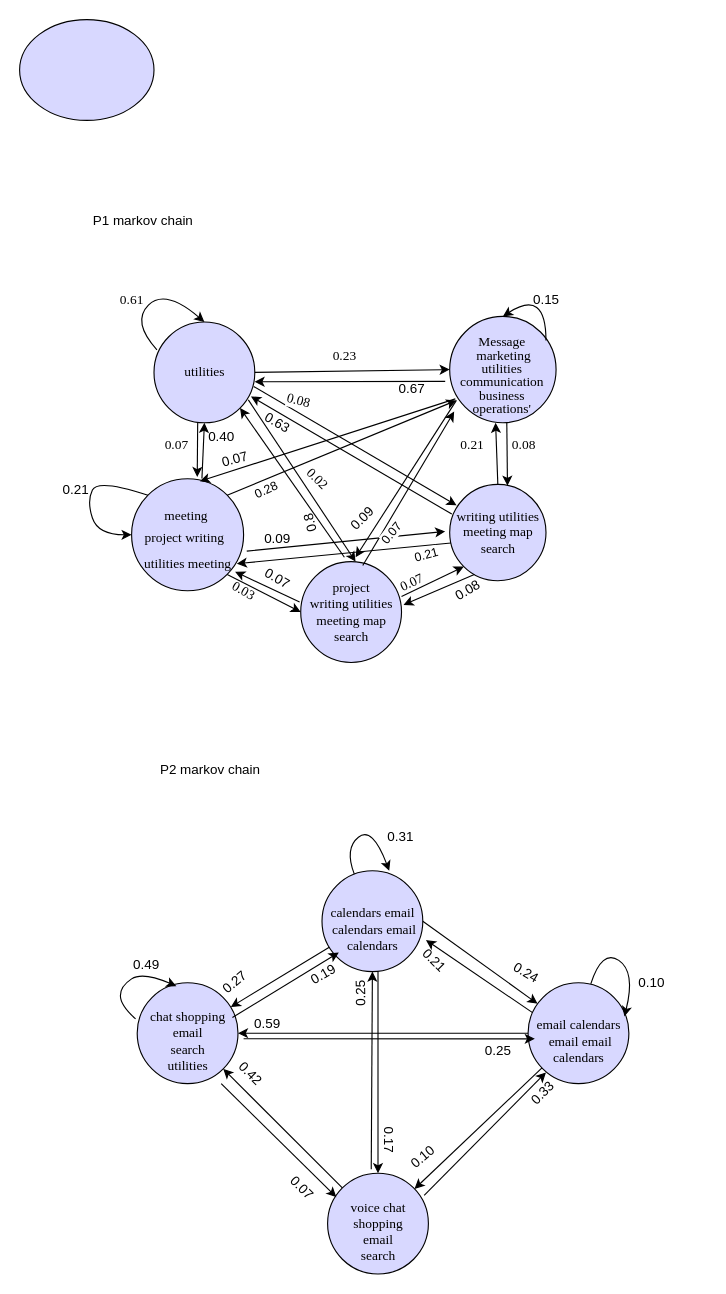
This is Untitled Diagram.drawio from oluwande/zmPDSwR, a draw.io file, before an edit. Source tidied: cells renumbered, new cells numbered last; positions are measured from the earlier drawing's top-left corner, leaving out a move shared by most shapes. Both pictures are drawn from the tidied source at 112%, with x=0, y=0 at pixel (19, 19).
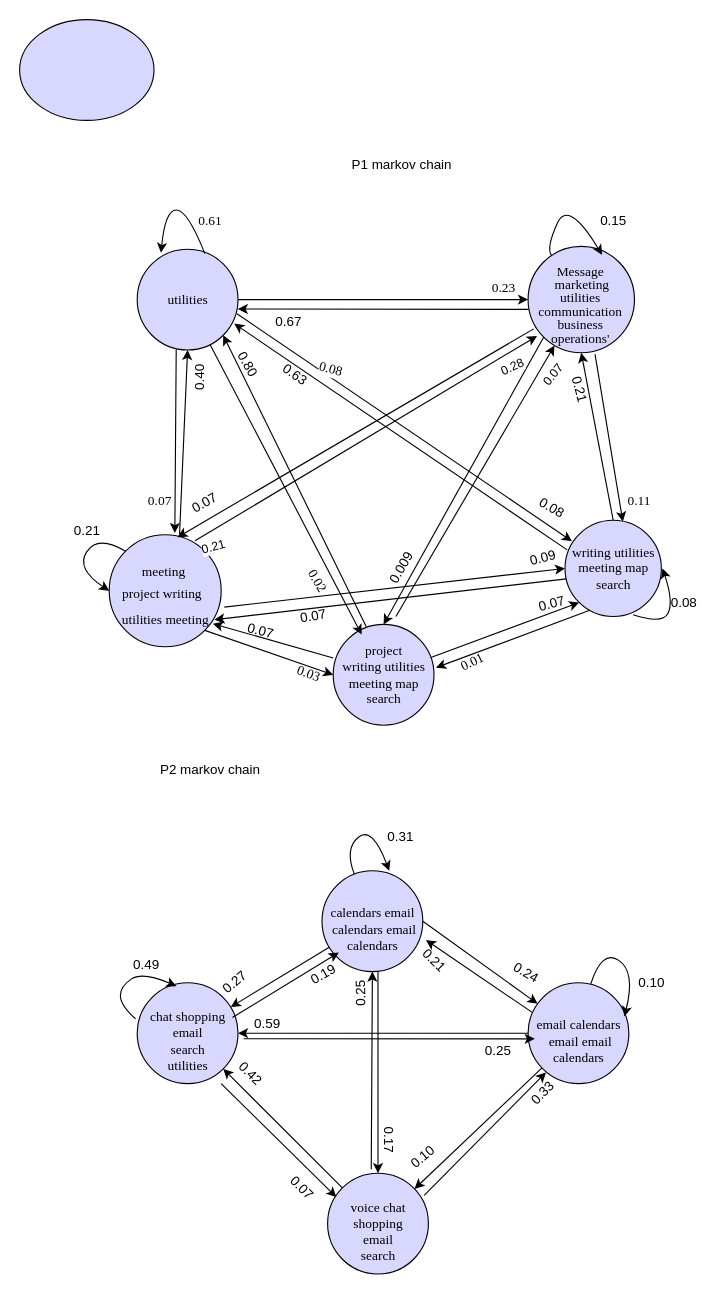
The same page after the edit.

The change refers to these unchanged cells:
```xml
<mxCell id="49" style="endArrow=classic;html=1;rounded=0;exitX=0.014;exitY=0.609;exitDx=0;exitDy=0;exitPerimeter=0;entryX=0.94;entryY=0.758;entryDx=0;entryDy=0;entryPerimeter=0;" parent="1" edge="1" source="5" target="4">
  <mxGeometry relative="1" as="geometry" />
</mxCell>
```

What changed in the source:
```diff
@@
     <mxCell id="2" value="utilities" style="shape=ellipse;html=1;dashed=0;whitespace=wrap;perimeter=ellipsePerimeter;fontFamily=Times New Roman;align=center;fontSize=12;fillColor=#D8D8FF;" parent="1" vertex="1">
-      <mxGeometry x="120" y="270" width="90" height="90" as="geometry" />
+      <mxGeometry x="105" y="205" width="90" height="90" as="geometry" />
     </mxCell>
     <mxCell id="3" value="&lt;p class=&quot;MsoNormal&quot; style=&quot;margin-bottom: 0cm; line-height: 0; font-size: 12px;&quot;&gt;&lt;span lang=&quot;EN-GB&quot; style=&quot;font-size: 12px;&quot;&gt;&lt;font style=&quot;font-size: 12px;&quot;&gt;Message&amp;nbsp;&lt;/font&gt;&lt;/span&gt;&lt;/p&gt;&lt;p class=&quot;MsoNormal&quot; style=&quot;margin-bottom: 0cm; line-height: 0; font-size: 12px;&quot;&gt;&lt;font style=&quot;font-size: 12px;&quot;&gt;marketing&lt;/font&gt;&lt;/p&gt;&lt;p class=&quot;MsoNormal&quot; style=&quot;margin-bottom: 0cm; line-height: 0; font-size: 12px;&quot;&gt;&lt;font style=&quot;font-size: 12px;&quot;&gt;utilities&amp;nbsp;&lt;/font&gt;&lt;/p&gt;&lt;p class=&quot;MsoNormal&quot; style=&quot;margin-bottom: 0cm; line-height: 0; font-size: 12px;&quot;&gt;&lt;font style=&quot;font-size: 12px;&quot;&gt;communication&amp;nbsp;&lt;/font&gt;&lt;/p&gt;&lt;p class=&quot;MsoNormal&quot; style=&quot;margin-bottom: 0cm; line-height: 0; font-size: 12px;&quot;&gt;&lt;span style=&quot;font-size: 12px;&quot;&gt;business&amp;nbsp;&lt;/span&gt;&lt;/p&gt;&lt;p class=&quot;MsoNormal&quot; style=&quot;margin-bottom: 0cm; line-height: 0; font-size: 12px;&quot;&gt;&lt;span style=&quot;font-size: 12px;&quot;&gt;operations'&amp;nbsp;&lt;/span&gt;&lt;/p&gt;" style="shape=ellipse;html=1;dashed=0;whitespace=wrap;perimeter=ellipsePerimeter;align=center;fontFamily=Times New Roman;fontSize=12;fillColor=#D8D8FF;strokeColor=#000000;" parent="1" vertex="1">
-      <mxGeometry x="384" y="265" width="95" height="95" as="geometry" />
+      <mxGeometry x="454" y="202.5" width="95" height="95" as="geometry" />
     </mxCell>
     <mxCell id="4" value="&lt;p class=&quot;MsoNormal&quot; style=&quot;margin-bottom: 0cm ; line-height: 0.7 ; font-size: 12px&quot;&gt;&lt;span lang=&quot;EN-GB&quot; style=&quot;font-size: 12px&quot;&gt;&lt;font style=&quot;font-size: 12px&quot;&gt;meeting&amp;nbsp;&lt;/font&gt;&lt;/span&gt;&lt;/p&gt;&lt;p class=&quot;MsoNormal&quot; style=&quot;margin-bottom: 0cm ; line-height: 0.7 ; font-size: 12px&quot;&gt;&lt;span lang=&quot;EN-GB&quot;&gt;project&amp;nbsp;&lt;/span&gt;&lt;span&gt;writing&amp;nbsp;&amp;nbsp;&lt;/span&gt;&lt;/p&gt;&lt;blockquote style=&quot;margin-bottom: 0cm ; line-height: normal&quot;&gt;utilities&lt;span style=&quot;font-size: 12px&quot;&gt;&amp;nbsp;&lt;/span&gt;&lt;span style=&quot;font-size: 12px&quot;&gt;meeting&lt;/span&gt;&lt;/blockquote&gt;" style="shape=ellipse;html=1;dashed=0;whitespace=wrap;perimeter=ellipsePerimeter;fontFamily=Times New Roman;align=center;fontSize=12;fillColor=#D8D8FF;" parent="1" vertex="1">
-      <mxGeometry x="100" y="410" width="100" height="100" as="geometry" />
+      <mxGeometry x="80" y="460" width="100" height="100" as="geometry" />
     </mxCell>
     <mxCell id="5" value="&lt;span&gt;writing utilities &lt;br&gt;meeting map &lt;br&gt;search&lt;br&gt;&lt;/span&gt;" style="shape=ellipse;html=1;dashed=0;whitespace=wrap;perimeter=ellipsePerimeter;fontFamily=Times New Roman;align=center;fontSize=12;fillColor=#D8D8FF;" parent="1" vertex="1">
-      <mxGeometry x="384" y="415" width="86" height="86" as="geometry" />
+      <mxGeometry x="487" y="447" width="86" height="86" as="geometry" />
     </mxCell>
     <mxCell id="6" value="&lt;span lang=&quot;EN-GB&quot; style=&quot;font-size: 12px ; line-height: 107%&quot;&gt;project &lt;br&gt;writing utilities&lt;br style=&quot;font-size: 12px&quot;&gt;meeting map &lt;br style=&quot;font-size: 12px&quot;&gt;search&lt;/span&gt;" style="shape=ellipse;html=1;dashed=0;whitespace=wrap;perimeter=ellipsePerimeter;fontFamily=Times New Roman;align=center;fontSize=12;fillColor=#D8D8FF;" parent="1" vertex="1">
-      <mxGeometry x="251" y="484" width="90" height="90" as="geometry" />
+      <mxGeometry x="280" y="540" width="90" height="90" as="geometry" />
     </mxCell>
@@
-    <mxCell id="10" style="endArrow=classic;html=1;rounded=0;fontSize=12;exitX=0.936;exitY=0.773;exitDx=0;exitDy=0;exitPerimeter=0;fontFamily=Times New Roman;align=center;" parent="1" edge="1" source="2">
+    <mxCell id="10" style="endArrow=classic;html=1;rounded=0;fontSize=12;fontFamily=Times New Roman;align=center;entryX=1.193;entryY=0.804;entryDx=0;entryDy=0;entryPerimeter=0;" parent="1" edge="1">
       <mxGeometry relative="1" as="geometry">
-        <mxPoint x="300" y="484" as="targetPoint" />
+        <mxPoint x="170" y="290" as="sourcePoint" />
+        <mxPoint x="305.4" y="549" as="targetPoint" />
       </mxGeometry>
     </mxCell>
-    <mxCell id="11" style="endArrow=classic;html=1;rounded=0;fontSize=12;entryX=0.586;entryY=-0.016;entryDx=0;entryDy=0;fontFamily=Times New Roman;align=center;entryPerimeter=0;" parent="1" edge="1" target="4">
-      <mxGeometry relative="1" as="geometry">
-        <mxPoint x="159" y="360" as="sourcePoint" />
-      </mxGeometry>
+    <mxCell id="11" style="endArrow=classic;html=1;rounded=0;fontSize=12;entryX=0.586;entryY=-0.016;entryDx=0;entryDy=0;fontFamily=Times New Roman;align=center;entryPerimeter=0;exitX=0.387;exitY=0.996;exitDx=0;exitDy=0;exitPerimeter=0;" parent="1" edge="1" source="2" target="4">
+      <mxGeometry relative="1" as="geometry" />
     </mxCell>
-    <mxCell id="12" style="endArrow=classic;html=1;rounded=0;fontSize=12;entryX=0;entryY=1;entryDx=0;entryDy=0;fontFamily=Times New Roman;align=center;" parent="1" edge="1" target="5">
-      <mxGeometry relative="1" as="geometry">
-        <mxPoint x="341" y="515" as="sourcePoint" />
-      </mxGeometry>
+    <mxCell id="12" style="endArrow=classic;html=1;rounded=0;fontSize=12;entryX=0;entryY=1;entryDx=0;entryDy=0;fontFamily=Times New Roman;align=center;" parent="1" edge="1" source="6" target="5">
+      <mxGeometry relative="1" as="geometry" />
     </mxCell>
@@
-    <mxCell id="14" style="endArrow=classic;html=1;rounded=0;fontSize=12;fontFamily=Times New Roman;align=center;exitX=0.5;exitY=0;exitDx=0;exitDy=0;" parent="1" edge="1" source="5">
-      <mxGeometry relative="1" as="geometry">
-        <mxPoint x="425" y="360" as="targetPoint" />
-      </mxGeometry>
+    <mxCell id="14" style="endArrow=classic;html=1;rounded=0;fontSize=12;fontFamily=Times New Roman;align=center;exitX=0.5;exitY=0;exitDx=0;exitDy=0;entryX=0.5;entryY=1;entryDx=0;entryDy=0;" parent="1" edge="1" source="5" target="3">
+      <mxGeometry relative="1" as="geometry" />
     </mxCell>
-    <mxCell id="15" style="endArrow=classic;html=1;rounded=0;fontSize=12;entryX=0.6;entryY=0.014;entryDx=0;entryDy=0;entryPerimeter=0;fontFamily=Times New Roman;align=center;" parent="1" edge="1" target="5">
-      <mxGeometry relative="1" as="geometry">
-        <mxPoint x="435" y="360" as="sourcePoint" />
-      </mxGeometry>
+    <mxCell id="15" style="endArrow=classic;html=1;rounded=0;fontSize=12;entryX=0.6;entryY=0.014;entryDx=0;entryDy=0;entryPerimeter=0;fontFamily=Times New Roman;align=center;exitX=0.629;exitY=1.013;exitDx=0;exitDy=0;exitPerimeter=0;" parent="1" edge="1" source="3" target="5">
+      <mxGeometry relative="1" as="geometry" />
     </mxCell>
@@
     <mxCell id="17" value="0.23" style="text;html=1;align=center;verticalAlign=middle;strokeColor=none;fillColor=none;fontSize=12;fontFamily=Times New Roman;" parent="1" vertex="1">
-      <mxGeometry x="270" y="290" width="40" height="20" as="geometry" />
+      <mxGeometry x="411.5" y="230" width="40" height="20" as="geometry" />
     </mxCell>
-    <mxCell id="18" value="0.02" style="text;html=1;align=center;verticalAlign=middle;strokeColor=none;fillColor=none;fontSize=12;fontFamily=Times New Roman;rotation=45;" parent="1" vertex="1">
-      <mxGeometry x="246" y="400" width="40" height="20" as="geometry" />
+    <mxCell id="18" value="0.02" style="text;html=1;align=center;verticalAlign=middle;strokeColor=none;fillColor=none;fontSize=12;fontFamily=Times New Roman;rotation=60;" parent="1" vertex="1">
+      <mxGeometry x="246" y="491" width="40" height="20" as="geometry" />
     </mxCell>
     <mxCell id="19" value="0.07" style="text;html=1;align=center;verticalAlign=middle;strokeColor=none;fillColor=none;fontSize=12;fontFamily=Times New Roman;" parent="1" vertex="1">
-      <mxGeometry x="120" y="370" width="40" height="20" as="geometry" />
+      <mxGeometry x="105" y="420" width="40" height="20" as="geometry" />
     </mxCell>
-    <mxCell id="20" value="0.03" style="text;html=1;align=center;verticalAlign=middle;points=[];strokeColor=none;fillColor=none;fontSize=12;fontFamily=Times New Roman;rotation=30;" parent="1" vertex="1">
-      <mxGeometry x="180" y="500" width="40" height="20" as="geometry" />
+    <mxCell id="20" value="0.03" style="text;html=1;align=center;verticalAlign=middle;points=[];strokeColor=none;fillColor=none;fontSize=12;fontFamily=Times New Roman;rotation=20;" parent="1" vertex="1">
+      <mxGeometry x="238" y="574" width="40" height="20" as="geometry" />
     </mxCell>
-    <mxCell id="21" style="curved=1;endArrow=classic;html=1;rounded=0;fontFamily=Times New Roman;fontSize=12;exitX=0.029;exitY=0.276;exitDx=0;exitDy=0;exitPerimeter=0;" parent="1" edge="1" source="2">
+    <mxCell id="21" style="curved=1;endArrow=classic;html=1;rounded=0;fontFamily=Times New Roman;fontSize=12;entryX=0.236;entryY=0.036;entryDx=0;entryDy=0;entryPerimeter=0;exitX=0.671;exitY=0.044;exitDx=0;exitDy=0;exitPerimeter=0;" parent="1" edge="1" source="2" target="2">
       <mxGeometry relative="1" as="geometry">
-        <mxPoint x="165" y="270" as="targetPoint" />
         <Array as="points">
-          <mxPoint x="100" y="270" />
-          <mxPoint x="130" y="240" />
+          <mxPoint x="150" y="170" />
+          <mxPoint x="130" y="170" />
         </Array>
       </mxGeometry>
     </mxCell>
     <mxCell id="22" value="0.61" style="text;html=1;align=center;verticalAlign=middle;strokeColor=none;fillColor=none;fontSize=12;fontFamily=Times New Roman;" parent="1" vertex="1">
-      <mxGeometry x="80" y="240" width="40" height="20" as="geometry" />
+      <mxGeometry x="150" y="170" width="40" height="20" as="geometry" />
     </mxCell>
-    <mxCell id="23" value="0.08" style="text;html=1;align=center;verticalAlign=middle;strokeColor=none;fillColor=none;fontSize=12;fontFamily=Times New Roman;" parent="1" vertex="1">
-      <mxGeometry x="430" y="370" width="40" height="20" as="geometry" />
+    <mxCell id="23" value="0.11" style="text;html=1;align=center;verticalAlign=middle;strokeColor=none;fillColor=none;fontSize=12;fontFamily=Times New Roman;" parent="1" vertex="1">
+      <mxGeometry x="533" y="420" width="40" height="20" as="geometry" />
     </mxCell>
-    <mxCell id="24" value="0.21" style="text;html=1;align=center;verticalAlign=middle;strokeColor=none;fillColor=none;fontSize=12;fontFamily=Times New Roman;" parent="1" vertex="1">
-      <mxGeometry x="384" y="370" width="40" height="20" as="geometry" />
-    </mxCell>
-    <mxCell id="25" value="0.07" style="text;html=1;align=center;verticalAlign=middle;strokeColor=none;fillColor=none;fontSize=12;fontFamily=Times New Roman;rotation=-25;" parent="1" vertex="1">
-      <mxGeometry x="330" y="493" width="40" height="20" as="geometry" />
+    <mxCell id="25" value="0.01" style="text;html=1;align=center;verticalAlign=middle;strokeColor=none;fillColor=none;fontSize=12;fontFamily=Times New Roman;rotation=-25;" parent="1" vertex="1">
+      <mxGeometry x="384" y="564" width="40" height="20" as="geometry" />
     </mxCell>
-    <mxCell id="26" style="endArrow=classic;html=1;rounded=0;entryX=0.998;entryY=0.593;entryDx=0;entryDy=0;entryPerimeter=0;" parent="1" edge="1" target="2">
-      <mxGeometry relative="1" as="geometry">
-        <mxPoint x="380" y="323" as="sourcePoint" />
-      </mxGeometry>
+    <mxCell id="26" style="endArrow=classic;html=1;rounded=0;entryX=0.998;entryY=0.593;entryDx=0;entryDy=0;entryPerimeter=0;exitX=0.006;exitY=0.592;exitDx=0;exitDy=0;exitPerimeter=0;" parent="1" edge="1" source="3" target="2">
+      <mxGeometry relative="1" as="geometry" />
     </mxCell>
-    <mxCell id="27" value="0.67" style="text;html=1;align=center;verticalAlign=middle;strokeColor=none;fillColor=none;" parent="1" vertex="1">
-      <mxGeometry x="330" y="320" width="40" height="20" as="geometry" />
+    <mxCell id="27" value="0.67" style="text;html=1;align=center;verticalAlign=middle;strokeColor=none;fillColor=none;rotation=0;" parent="1" vertex="1">
+      <mxGeometry x="220" y="260" width="40" height="20" as="geometry" />
     </mxCell>
-    <mxCell id="28" style="curved=1;endArrow=classic;html=1;rounded=0;entryX=0.5;entryY=0;entryDx=0;entryDy=0;exitX=0.905;exitY=0.227;exitDx=0;exitDy=0;exitPerimeter=0;" parent="1" edge="1" source="3" target="3">
+    <mxCell id="28" style="curved=1;endArrow=classic;html=1;rounded=0;entryX=0.695;entryY=0.079;entryDx=0;entryDy=0;entryPerimeter=0;" parent="1" edge="1" source="3" target="3">
       <mxGeometry relative="1" as="geometry">
         <Array as="points">
-          <mxPoint x="470" y="240" />
+          <mxPoint x="470" y="204" />
+          <mxPoint x="490" y="160" />
         </Array>
       </mxGeometry>
     </mxCell>
     <mxCell id="29" value="0.15" style="text;html=1;align=center;verticalAlign=middle;strokeColor=none;fillColor=none;" parent="1" vertex="1">
-      <mxGeometry x="450" y="240" width="40" height="20" as="geometry" />
+      <mxGeometry x="510" y="170" width="40" height="20" as="geometry" />
     </mxCell>
@@
-    <mxCell id="31" value="0.07" style="text;html=1;align=center;verticalAlign=middle;strokeColor=none;fillColor=none;rotation=-15;" parent="1" vertex="1">
-      <mxGeometry x="172" y="383" width="40" height="20" as="geometry" />
+    <mxCell id="31" value="0.07" style="text;html=1;align=center;verticalAlign=middle;strokeColor=none;fillColor=none;rotation=-30;" parent="1" vertex="1">
+      <mxGeometry x="145" y="422" width="40" height="20" as="geometry" />
     </mxCell>
-    <mxCell id="32" style="endArrow=classic;html=1;rounded=0;" parent="1" edge="1">
-      <mxGeometry relative="1" as="geometry">
-        <mxPoint x="390" y="340" as="sourcePoint" />
-        <mxPoint x="300" y="480" as="targetPoint" />
-      </mxGeometry>
+    <mxCell id="32" style="endArrow=classic;html=1;rounded=0;entryX=0.5;entryY=0;entryDx=0;entryDy=0;exitX=0;exitY=1;exitDx=0;exitDy=0;" parent="1" edge="1" source="3" target="6">
+      <mxGeometry relative="1" as="geometry" />
     </mxCell>
-    <mxCell id="33" value="0.09" style="text;html=1;align=center;verticalAlign=middle;strokeColor=none;fillColor=none;rotation=-45;" parent="1" vertex="1">
-      <mxGeometry x="286" y="436" width="40" height="20" as="geometry" />
+    <mxCell id="33" value="0.009" style="text;html=1;align=center;verticalAlign=middle;strokeColor=none;fillColor=none;rotation=-60;" parent="1" vertex="1">
+      <mxGeometry x="316" y="480" width="50" height="20" as="geometry" />
     </mxCell>
-    <mxCell id="34" style="endArrow=classic;html=1;rounded=0;exitX=1;exitY=0;exitDx=0;exitDy=0;" parent="1" edge="1" source="4">
-      <mxGeometry relative="1" as="geometry">
-        <mxPoint x="390" y="340" as="targetPoint" />
-      </mxGeometry>
+    <mxCell id="34" style="endArrow=classic;html=1;rounded=0;exitX=0.766;exitY=0.054;exitDx=0;exitDy=0;entryX=0.084;entryY=0.842;entryDx=0;entryDy=0;entryPerimeter=0;exitPerimeter=0;" parent="1" edge="1" source="4" target="3">
+      <mxGeometry relative="1" as="geometry" />
     </mxCell>
     <mxCell id="35" value="0.28" style="edgeLabel;html=1;align=center;verticalAlign=middle;rotation=-25;" parent="34" vertex="1">
       <mxGeometry x="-0.73" y="-4" relative="1" as="geometry">
-        <mxPoint x="5" y="3" as="offset" />
+        <mxPoint x="240" y="-134" as="offset" />
       </mxGeometry>
     </mxCell>
@@
-    <mxCell id="37" value="0.40" style="text;html=1;align=center;verticalAlign=middle;strokeColor=none;fillColor=none;" parent="1" vertex="1">
-      <mxGeometry x="160" y="363" width="40" height="20" as="geometry" />
+    <mxCell id="37" value="0.40" style="text;html=1;align=center;verticalAlign=middle;strokeColor=none;fillColor=none;rotation=-90;" parent="1" vertex="1">
+      <mxGeometry x="141" y="310" width="40" height="20" as="geometry" />
     </mxCell>
     <mxCell id="38" style="curved=1;endArrow=classic;html=1;rounded=0;exitX=0;exitY=0;exitDx=0;exitDy=0;entryX=0;entryY=0.5;entryDx=0;entryDy=0;" parent="1" edge="1" source="4" target="4">
       <mxGeometry relative="1" as="geometry">
         <Array as="points">
-          <mxPoint x="70" y="410" />
-          <mxPoint x="60" y="430" />
           <mxPoint x="70" y="460" />
+          <mxPoint x="50" y="490" />
         </Array>
       </mxGeometry>
     </mxCell>
     <mxCell id="39" value="0.21" style="text;html=1;align=center;verticalAlign=middle;strokeColor=none;fillColor=none;" parent="1" vertex="1">
-      <mxGeometry x="30" y="410" width="40" height="20" as="geometry" />
+      <mxGeometry x="40" y="447" width="40" height="20" as="geometry" />
     </mxCell>
-    <mxCell id="40" style="endArrow=classic;html=1;rounded=0;exitX=1.028;exitY=0.646;exitDx=0;exitDy=0;exitPerimeter=0;" parent="1" edge="1" source="4">
-      <mxGeometry relative="1" as="geometry">
-        <mxPoint x="380" y="457" as="targetPoint" />
-      </mxGeometry>
+    <mxCell id="40" style="endArrow=classic;html=1;rounded=0;exitX=1.028;exitY=0.646;exitDx=0;exitDy=0;exitPerimeter=0;entryX=0;entryY=0.5;entryDx=0;entryDy=0;" parent="1" edge="1" source="4" target="5">
+      <mxGeometry relative="1" as="geometry" />
     </mxCell>
-    <mxCell id="41" value="0.09" style="text;html=1;align=center;verticalAlign=middle;strokeColor=none;fillColor=none;" parent="1" vertex="1">
-      <mxGeometry x="210" y="454" width="40" height="20" as="geometry" />
+    <mxCell id="41" value="0.09" style="text;html=1;align=center;verticalAlign=middle;strokeColor=none;fillColor=none;rotation=-15;" parent="1" vertex="1">
+      <mxGeometry x="447" y="471" width="40" height="20" as="geometry" />
     </mxCell>
-    <mxCell id="42" style="endArrow=classic;html=1;rounded=0;entryX=1;entryY=1;entryDx=0;entryDy=0;" parent="1" edge="1" target="2">
-      <mxGeometry relative="1" as="geometry">
-        <mxPoint x="290" y="480" as="sourcePoint" />
-      </mxGeometry>
+    <mxCell id="42" style="endArrow=classic;html=1;rounded=0;entryX=1;entryY=1;entryDx=0;entryDy=0;exitX=0.327;exitY=0.02;exitDx=0;exitDy=0;exitPerimeter=0;" parent="1" edge="1" source="6" target="2">
+      <mxGeometry relative="1" as="geometry" />
     </mxCell>
-    <mxCell id="43" value="0.8" style="text;html=1;align=center;verticalAlign=middle;strokeColor=none;fillColor=none;rotation=-105;" parent="1" vertex="1">
-      <mxGeometry x="245" y="440" width="30" height="20" as="geometry" />
-    </mxCell>
-    <mxCell id="44" style="endArrow=classic;html=1;rounded=0;exitX=0.638;exitY=0.038;exitDx=0;exitDy=0;exitPerimeter=0;" parent="1" edge="1">
+    <mxCell id="44" style="endArrow=classic;html=1;rounded=0;exitX=0.5;exitY=0;exitDx=0;exitDy=0;" parent="1" edge="1" target="3">
       <mxGeometry relative="1" as="geometry">
-        <mxPoint x="306.4" y="487.4" as="sourcePoint" />
-        <mxPoint x="388" y="350" as="targetPoint" />
+        <mxPoint x="336" y="533" as="sourcePoint" />
       </mxGeometry>
     </mxCell>
     <mxCell id="45" value="0.07" style="edgeLabel;html=1;align=center;verticalAlign=middle;rotation=-51;" parent="44" vertex="1">
       <mxGeometry x="-0.63" y="-3" relative="1" as="geometry">
-        <mxPoint x="7" y="-4" as="offset" />
+        <mxPoint x="110" y="-172" as="offset" />
       </mxGeometry>
     </mxCell>
-    <mxCell id="46" style="endArrow=classic;html=1;rounded=0;entryX=0.123;entryY=-0.046;entryDx=0;entryDy=0;entryPerimeter=0;" parent="1" edge="1" target="20">
-      <mxGeometry relative="1" as="geometry">
-        <mxPoint x="250" y="520" as="sourcePoint" />
-      </mxGeometry>
+    <mxCell id="46" style="endArrow=classic;html=1;rounded=0;entryX=0.926;entryY=0.794;entryDx=0;entryDy=0;exitX=0;exitY=0.333;exitDx=0;exitDy=0;exitPerimeter=0;entryPerimeter=0;" parent="1" edge="1" source="6" target="4">
+      <mxGeometry relative="1" as="geometry" />
     </mxCell>
-    <mxCell id="47" value="0.07" style="text;html=1;align=center;verticalAlign=middle;strokeColor=none;fillColor=none;rotation=30;" parent="1" vertex="1">
-      <mxGeometry x="210" y="489" width="40" height="20" as="geometry" />
+    <mxCell id="47" value="0.07" style="text;html=1;align=center;verticalAlign=middle;strokeColor=none;fillColor=none;rotation=15;" parent="1" vertex="1">
+      <mxGeometry x="195" y="536" width="40" height="20" as="geometry" />
     </mxCell>
-    <mxCell id="48" value="0.63" style="text;html=1;align=center;verticalAlign=middle;strokeColor=none;fillColor=none;rotation=30;" parent="1" vertex="1">
-      <mxGeometry x="210" y="350" width="40" height="20" as="geometry" />
+    <mxCell id="48" value="0.80" style="text;html=1;align=center;verticalAlign=middle;strokeColor=none;fillColor=none;rotation=60;" parent="1" vertex="1">
+      <mxGeometry x="184" y="297.5" width="40" height="20" as="geometry" />
     </mxCell>
@@
     <mxCell id="50" value="0.21" style="edgeLabel;html=1;align=center;verticalAlign=middle;rotation=-15;" parent="49" vertex="1">
       <mxGeometry x="-0.75" y="4" relative="1" as="geometry">
-        <mxPoint x="1" y="4" as="offset" />
+        <mxPoint x="-277" y="-37" as="offset" />
       </mxGeometry>
     </mxCell>
@@
-    <mxCell id="52" value="0.08" style="text;html=1;align=center;verticalAlign=middle;strokeColor=none;fillColor=none;rotation=-30;" parent="1" vertex="1">
-      <mxGeometry x="380" y="500" width="40" height="20" as="geometry" />
+    <mxCell id="52" value="0.08" style="text;html=1;align=center;verticalAlign=middle;strokeColor=none;fillColor=none;rotation=30;" parent="1" vertex="1">
+      <mxGeometry x="455" y="426" width="40" height="20" as="geometry" />
     </mxCell>
@@
     <mxCell id="54" value="P1 markov chain" style="text;html=1;align=center;verticalAlign=middle;strokeColor=none;fillColor=none;" parent="1" vertex="1">
-      <mxGeometry x="55" y="170" width="110" height="20" as="geometry" />
+      <mxGeometry x="286" y="120" width="110" height="20" as="geometry" />
     </mxCell>
@@
+    <mxCell id="90" value="0.63" style="text;html=1;align=center;verticalAlign=middle;strokeColor=none;fillColor=none;rotation=35;" parent="1" vertex="1">
+      <mxGeometry x="226" y="306.5" width="40" height="20" as="geometry" />
+    </mxCell>
+    <mxCell id="24" value="0.21" style="text;html=1;align=center;verticalAlign=middle;strokeColor=none;fillColor=none;rotation=75;" parent="1" vertex="1">
+      <mxGeometry x="480" y="320" width="40" height="20" as="geometry" />
+    </mxCell>
+    <mxCell id="91" value="0.07" style="text;html=1;align=center;verticalAlign=middle;strokeColor=none;fillColor=none;rotation=-10;" parent="1" vertex="1">
+      <mxGeometry x="242.1" y="523" width="40" height="20" as="geometry" />
+    </mxCell>
+    <mxCell id="92" style="curved=1;endArrow=classic;html=1;rounded=0;exitX=0.707;exitY=0.981;exitDx=0;exitDy=0;exitPerimeter=0;" parent="1" edge="1" source="5">
+      <mxGeometry relative="1" as="geometry">
+        <mxPoint x="574" y="490" as="targetPoint" />
+        <Array as="points">
+          <mxPoint x="574" y="540" />
+          <mxPoint x="584" y="520" />
+        </Array>
+      </mxGeometry>
+    </mxCell>
+    <mxCell id="93" value="0.08" style="text;html=1;align=center;verticalAlign=middle;strokeColor=none;fillColor=none;" parent="1" vertex="1">
+      <mxGeometry x="573" y="511" width="40" height="20" as="geometry" />
+    </mxCell>
+    <mxCell id="94" value="0.07" style="text;html=1;align=center;verticalAlign=middle;strokeColor=none;fillColor=none;rotation=-15;" parent="1" vertex="1">
+      <mxGeometry x="455" y="512" width="40" height="20" as="geometry" />
+    </mxCell>
```
